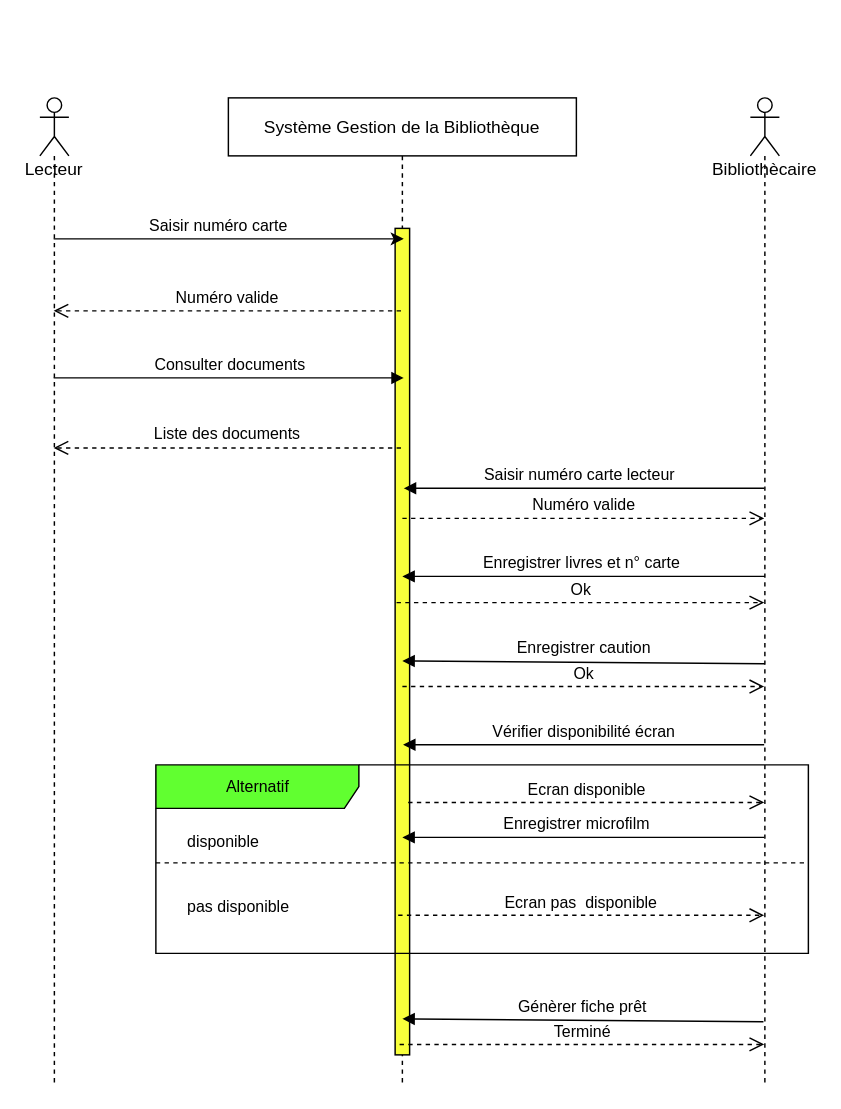
Nijat-Majidli/CDA_21188 keeps this draw.io diagram as Développer des composants d'interface/Maquetter une application/UML partie 1/Phase 3 - Diagramme de séquence système/Gestion Bibliothèque_diagramme de séquence.drawio. Above is the earlier version. Source tidied: cells renumbered, new cells numbered last; positions are measured from the earlier drawing's top-left corner, leaving out a move shared by most shapes. Both pictures are drawn from the tidied source at 145%, with x=0, y=0 at pixel (39, 97).
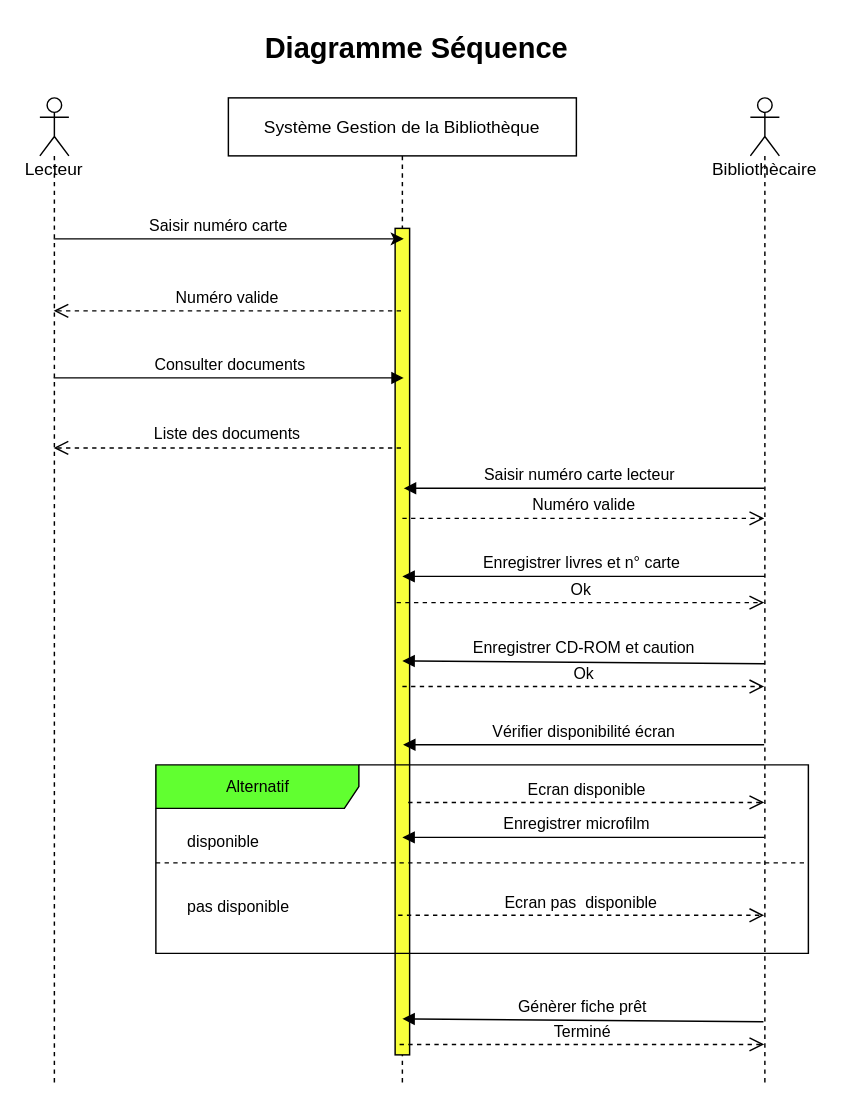
The same diagram, later.

The change refers to these unchanged cells:
```xml
<mxCell id="2" value="Système Gestion de la Bibliothèque" style="shape=umlLifeline;perimeter=lifelinePerimeter;rounded=0;shadow=0;strokeWidth=1;" parent="1" vertex="1">
  <mxGeometry x="130" width="240" height="680" as="geometry" />
</mxCell>
<mxCell id="10" value="Bibliothècaire" style="shape=umlLifeline;participant=umlActor;perimeter=lifelinePerimeter;whiteSpace=wrap;html=1;verticalAlign=top;spacingTop=36;outlineConnect=0;" parent="1" vertex="1">
  <mxGeometry x="490" width="20" height="680" as="geometry" />
</mxCell>
```

What changed in the source:
```diff
@@
-    <mxCell id="13" value="&lt;font style=&quot;font-size: 11px&quot;&gt;Enregistrer caution&lt;/font&gt;" style="html=1;verticalAlign=bottom;endArrow=block;rounded=0;fontSize=16;exitX=0.5;exitY=0.574;exitDx=0;exitDy=0;exitPerimeter=0;entryX=0.5;entryY=0.571;entryDx=0;entryDy=0;entryPerimeter=0;" parent="1" edge="1" source="10" target="2">
+    <mxCell id="13" value="&lt;font style=&quot;font-size: 11px&quot;&gt;Enregistrer CD-ROM et caution&lt;/font&gt;" style="html=1;verticalAlign=bottom;endArrow=block;rounded=0;fontSize=16;exitX=0.5;exitY=0.574;exitDx=0;exitDy=0;exitPerimeter=0;entryX=0.5;entryY=0.571;entryDx=0;entryDy=0;entryPerimeter=0;" parent="1" edge="1" source="10" target="2">
       <mxGeometry relative="1" as="geometry" />
     </mxCell>
@@
+    <mxCell id="27" value="&lt;b&gt;&lt;font style=&quot;font-size: 20px&quot;&gt;Diagramme Séquence&lt;/font&gt;&lt;/b&gt;" style="text;html=1;strokeColor=none;fillColor=none;align=center;verticalAlign=middle;whiteSpace=wrap;rounded=0;fontSize=12;" parent="1" vertex="1">
+      <mxGeometry x="150" y="-50" width="220" height="30" as="geometry" />
+    </mxCell>
```
